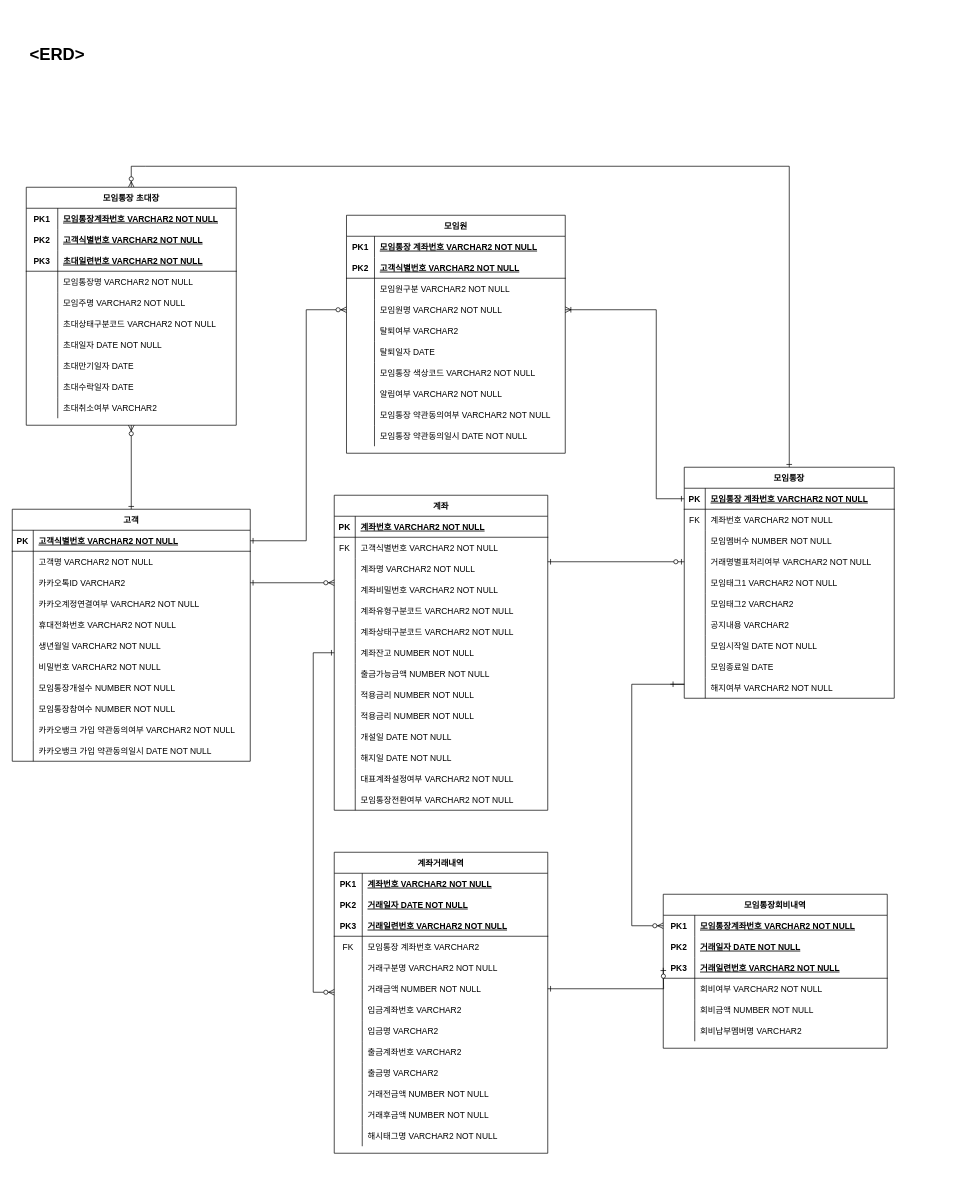
jeondele/ys_present keeps this draw.io diagram as ERD.drawio. Above is the earlier version. Source tidied: cells renumbered, new cells numbered last; positions are measured from the earlier drawing's top-left corner, leaving out a move shared by most shapes. Both pictures are drawn from the tidied source at 70%, with x=0, y=0 at pixel (12, 12).
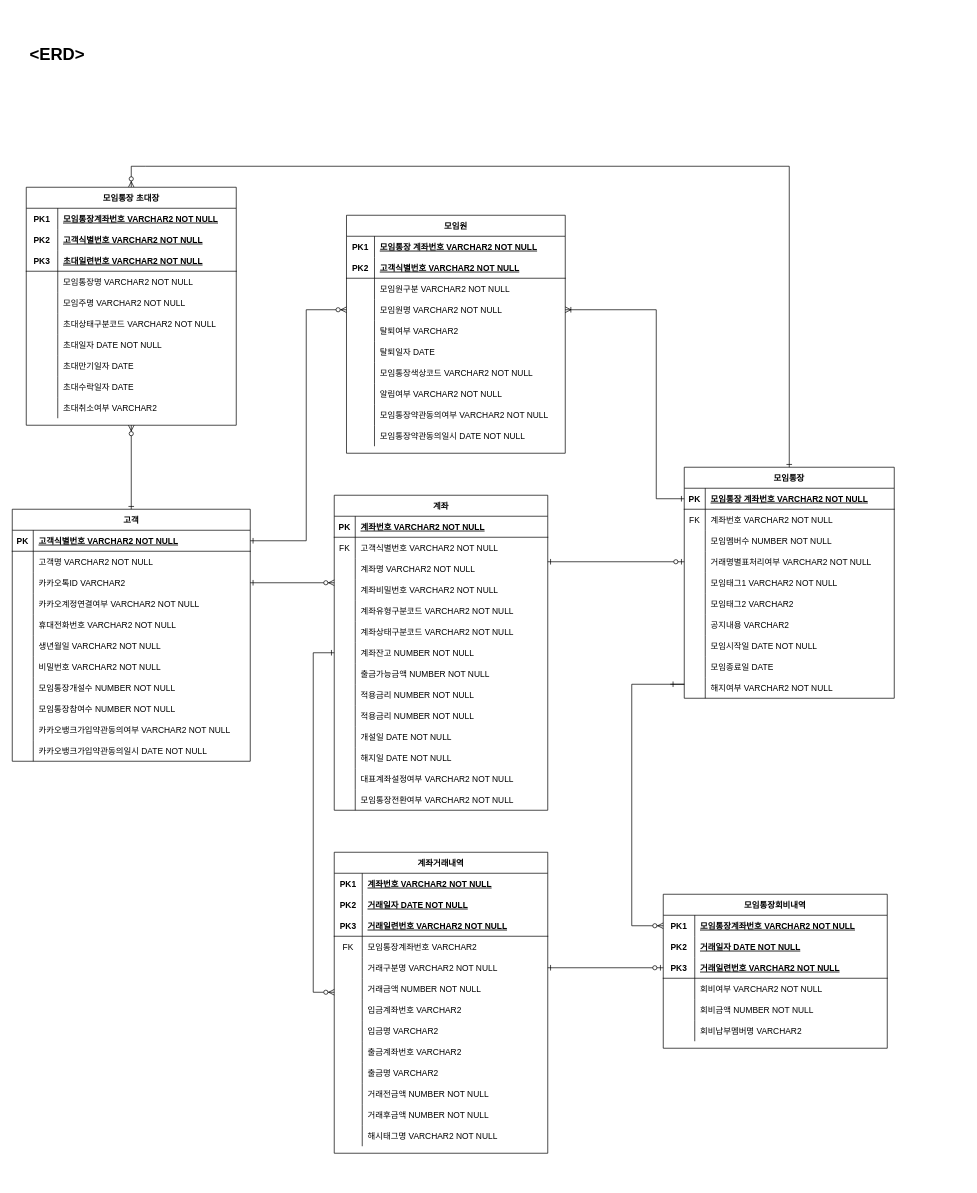
The same page after the edit.

Unchanged cells that the change refers to:
```xml
<mxCell id="106" style="shape=partialRectangle;fillColor=none;top=0;left=0;right=0;bottom=0;" parent="78" vertex="1">
  <mxGeometry y="300" width="340" height="30" as="geometry" />
</mxCell>
<mxCell id="109" style="shape=partialRectangle;fillColor=none;top=0;left=0;right=0;bottom=0;" parent="78" vertex="1">
  <mxGeometry y="330" width="340" height="30" as="geometry" />
</mxCell>
<mxCell id="131" style="shape=partialRectangle;fillColor=none;top=0;left=0;bottom=0;right=0;" parent="112" vertex="1">
  <mxGeometry y="210" width="312.5" height="30" as="geometry" />
</mxCell>
<mxCell id="137" style="shape=partialRectangle;fillColor=none;top=0;left=0;bottom=0;right=0;" parent="112" vertex="1">
  <mxGeometry y="270" width="312.5" height="30" as="geometry" />
</mxCell>
<mxCell id="140" style="shape=partialRectangle;fillColor=none;top=0;left=0;bottom=0;right=0;" parent="112" vertex="1">
  <mxGeometry y="300" width="312.5" height="30" as="geometry" />
</mxCell>
<mxCell id="154" style="shape=partialRectangle;fillColor=none;top=0;left=0;bottom=0;right=0;" parent="144" vertex="1">
  <mxGeometry y="120" width="305" height="30" as="geometry" />
</mxCell>
<mxCell id="160" style="shape=partialRectangle;fillColor=none;top=0;left=0;bottom=0;right=0;points=[[0,0.5],[1,0.5]];portConstraint=eastwest;" parent="144" vertex="1">
  <mxGeometry y="180" width="305" height="30" as="geometry" />
</mxCell>
```

Diff of the diagram source:
```diff
@@
-    <mxCell id="108" value="카카오뱅크 가입 약관동의여부 VARCHAR2 NOT NULL" style="shape=partialRectangle;overflow=hidden;fillColor=none;top=0;left=0;bottom=0;right=0;align=left;spacingLeft=6;" parent="106" vertex="1">
+    <mxCell id="108" value="카카오뱅크가입약관동의여부 VARCHAR2 NOT NULL" style="shape=partialRectangle;overflow=hidden;fillColor=none;top=0;left=0;bottom=0;right=0;align=left;spacingLeft=6;" parent="106" vertex="1">
       <mxGeometry x="30" width="310" height="30" as="geometry" />
     </mxCell>
@@
-    <mxCell id="111" value="카카오뱅크 가입 약관동의일시 DATE NOT NULL" style="shape=partialRectangle;overflow=hidden;fillColor=none;top=0;left=0;bottom=0;right=0;align=left;spacingLeft=6;" parent="109" vertex="1">
+    <mxCell id="111" value="카카오뱅크가입약관동의일시 DATE NOT NULL" style="shape=partialRectangle;overflow=hidden;fillColor=none;top=0;left=0;bottom=0;right=0;align=left;spacingLeft=6;" parent="109" vertex="1">
       <mxGeometry x="30" width="310" height="30" as="geometry" />
     </mxCell>
@@
-    <mxCell id="133" value="모임통장 색상코드 VARCHAR2 NOT NULL " style="shape=partialRectangle;fillColor=none;top=0;left=0;bottom=0;right=0;align=left;spacingLeft=6;overflow=hidden;" parent="131" vertex="1">
+    <mxCell id="133" value="모임통장색상코드 VARCHAR2 NOT NULL " style="shape=partialRectangle;fillColor=none;top=0;left=0;bottom=0;right=0;align=left;spacingLeft=6;overflow=hidden;" parent="131" vertex="1">
       <mxGeometry x="40" width="272.5" height="30" as="geometry" />
     </mxCell>
@@
-    <mxCell id="139" value="모임통장 약관동의여부 VARCHAR2 NOT NULL " style="shape=partialRectangle;fillColor=none;top=0;left=0;bottom=0;right=0;align=left;spacingLeft=6;overflow=hidden;" parent="137" vertex="1">
+    <mxCell id="139" value="모임통장약관동의여부 VARCHAR2 NOT NULL " style="shape=partialRectangle;fillColor=none;top=0;left=0;bottom=0;right=0;align=left;spacingLeft=6;overflow=hidden;" parent="137" vertex="1">
       <mxGeometry x="40" width="272.5" height="30" as="geometry" />
     </mxCell>
@@
-    <mxCell id="142" value="모임통장 약관동의일시 DATE NOT NULL " style="shape=partialRectangle;fillColor=none;top=0;left=0;bottom=0;right=0;align=left;spacingLeft=6;overflow=hidden;" parent="140" vertex="1">
+    <mxCell id="142" value="모임통장약관동의일시 DATE NOT NULL " style="shape=partialRectangle;fillColor=none;top=0;left=0;bottom=0;right=0;align=left;spacingLeft=6;overflow=hidden;" parent="140" vertex="1">
       <mxGeometry x="40" width="272.5" height="30" as="geometry" />
     </mxCell>
@@
-    <mxCell id="156" value="모임통장 계좌번호 VARCHAR2" style="shape=partialRectangle;fillColor=none;top=0;left=0;bottom=0;right=0;align=left;spacingLeft=6;overflow=hidden;" parent="154" vertex="1">
+    <mxCell id="156" value="모임통장계좌번호 VARCHAR2" style="shape=partialRectangle;fillColor=none;top=0;left=0;bottom=0;right=0;align=left;spacingLeft=6;overflow=hidden;" parent="154" vertex="1">
       <mxGeometry x="40" width="265" height="30" as="geometry" />
     </mxCell>
@@
-    <mxCell id="206" style="edgeStyle=orthogonalEdgeStyle;rounded=0;jettySize=auto;html=1;startArrow=ERone;startFill=0;endArrow=ERzeroToOne;endFill=1;exitX=1;exitY=0.5;exitDx=0;exitDy=0;" parent="1" edge="1" source="160">
+    <mxCell id="206" style="edgeStyle=orthogonalEdgeStyle;rounded=0;orthogonalLoop=1;jettySize=auto;html=1;startArrow=ERone;startFill=0;endArrow=ERzeroToOne;endFill=1;" parent="1" edge="1">
       <mxGeometry relative="1" as="geometry">
+        <mxPoint x="765" y="1365" as="sourcePoint" />
         <mxPoint x="930" y="1365" as="targetPoint" />
+        <Array as="points">
+          <mxPoint x="765" y="1365" />
+        </Array>
       </mxGeometry>
     </mxCell>
```
